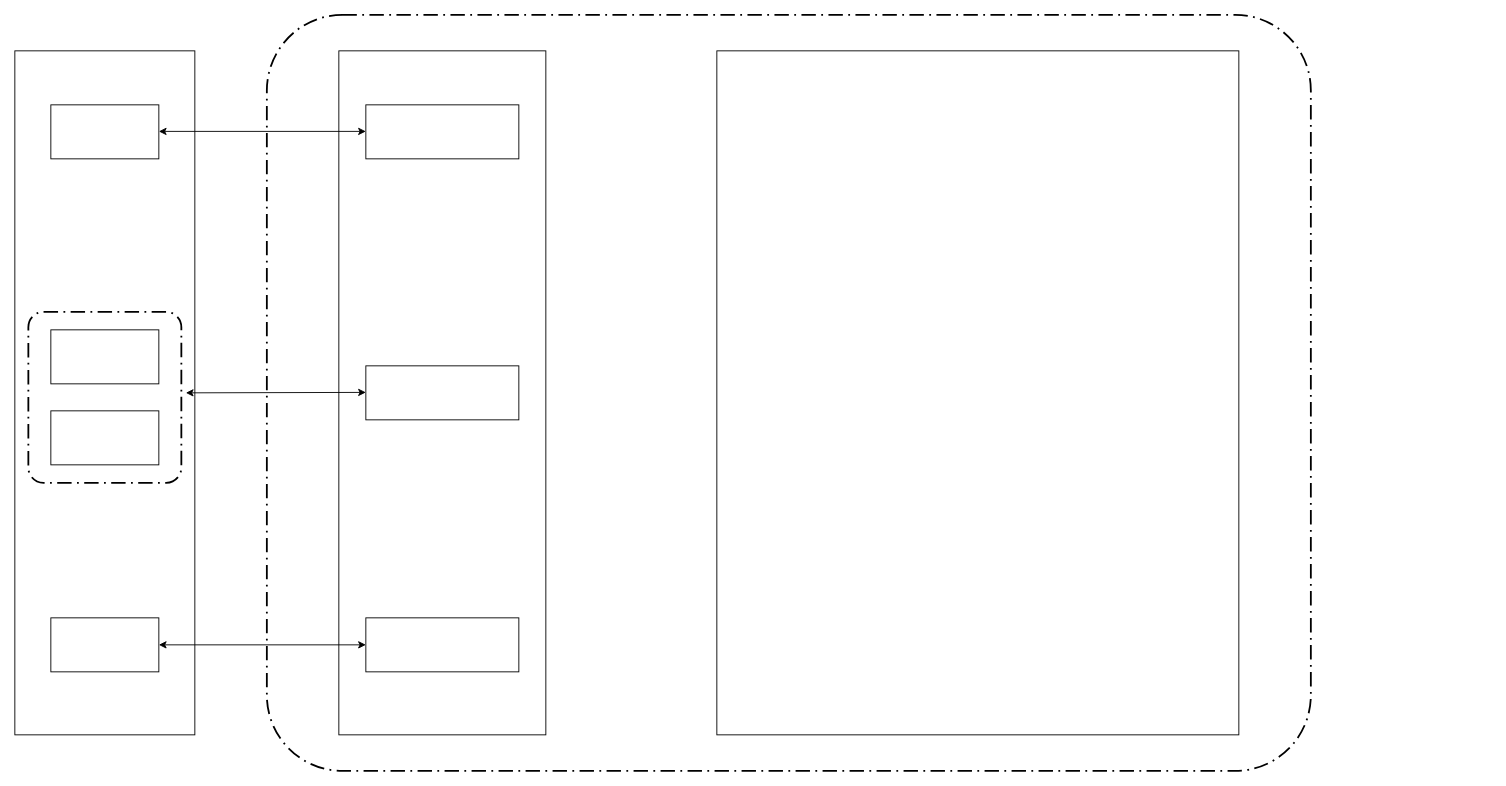
The draw.io diagram Untitled Diagram.drawio in loosker95/Architecture-detaille, before the edit. Source tidied: cells renumbered, new cells numbered last; positions are measured from the earlier drawing's top-left corner, leaving out a move shared by most shapes. Both pictures are drawn from the tidied source at 90%, with x=0, y=0 at pixel (14, 14).
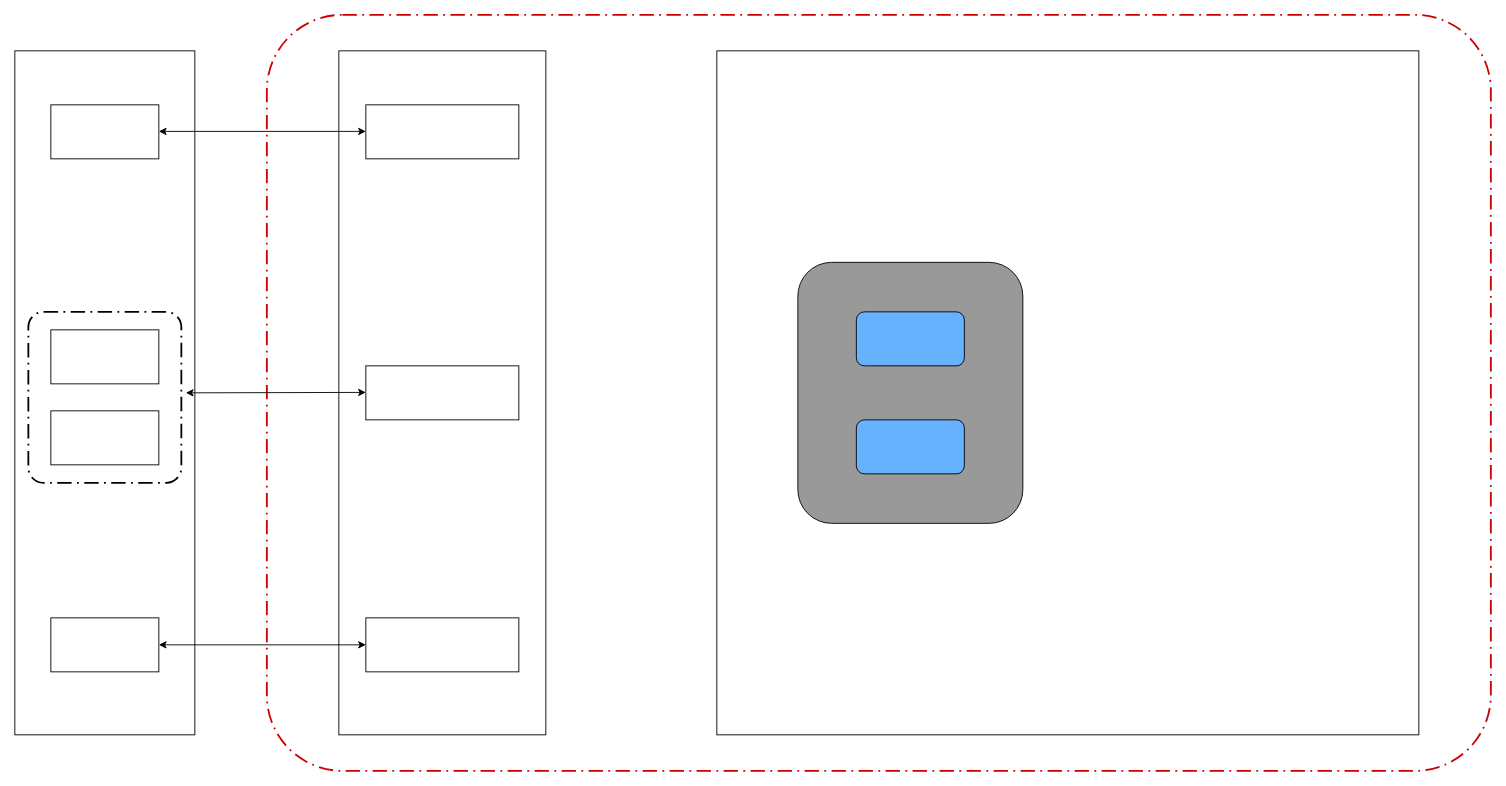
The same diagram, later.

The edit, as a diff of the source:
```diff
@@
-    <mxCell id="5" style="rounded=1;arcSize=10;dashed=1;strokeColor=#000000;fillColor=none;gradientColor=none;dashPattern=8 3 1 3;strokeWidth=2;" parent="1" vertex="1">
-      <mxGeometry x="280" width="1160" height="840" as="geometry" />
+    <mxCell id="5" style="rounded=1;arcSize=10;dashed=1;strokeColor=#CC0000;fillColor=none;gradientColor=none;dashPattern=8 3 1 3;strokeWidth=2;" parent="1" vertex="1">
+      <mxGeometry x="280" width="1360" height="840" as="geometry" />
     </mxCell>
@@
     <mxCell id="16" style="rounded=0;whiteSpace=wrap;html=1;" parent="1" vertex="1">
-      <mxGeometry x="780" y="40" width="580" height="760" as="geometry" />
+      <mxGeometry x="780" y="40" width="780" height="760" as="geometry" />
     </mxCell>
+    <mxCell id="17" style="rounded=1;whiteSpace=wrap;html=1;shadow=0;fillColor=#999999;" parent="1" vertex="1">
+      <mxGeometry x="870" y="275" width="250" height="290" as="geometry" />
+    </mxCell>
+    <mxCell id="18" style="rounded=1;whiteSpace=wrap;html=1;fillColor=#66B2FF;" parent="1" vertex="1">
+      <mxGeometry x="935" y="330" width="120" height="60" as="geometry" />
+    </mxCell>
+    <mxCell id="19" style="rounded=1;whiteSpace=wrap;html=1;fillColor=#66B2FF;" parent="1" vertex="1">
+      <mxGeometry x="935" y="450" width="120" height="60" as="geometry" />
+    </mxCell>
```
